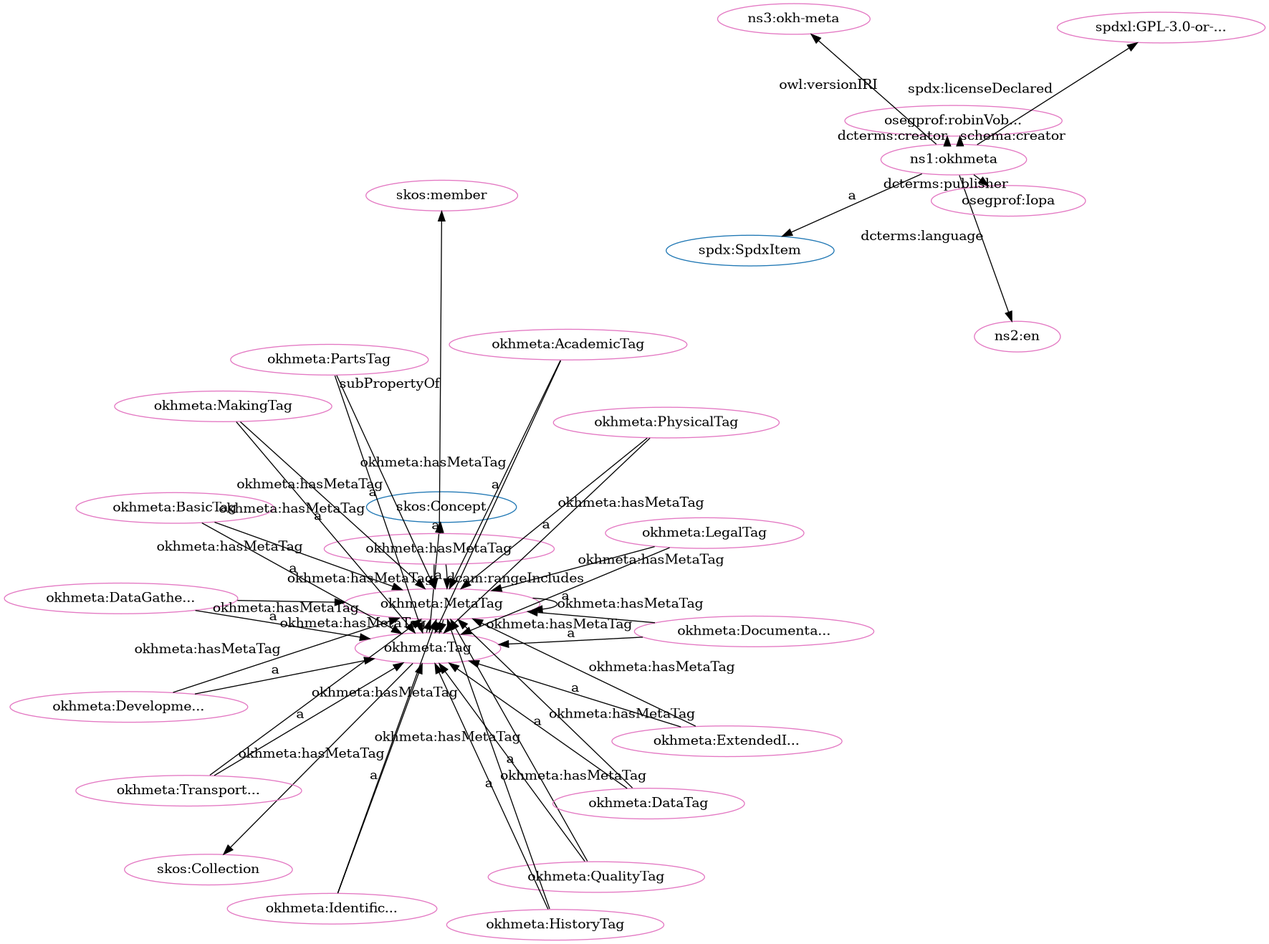
Earlier version of the Graphviz export src/spec/dot_okh-meta-clean.png (iop-alliance/OpenKnowHow). Its source is kept beside it as src/spec/dot_okh-meta-clean.dot.
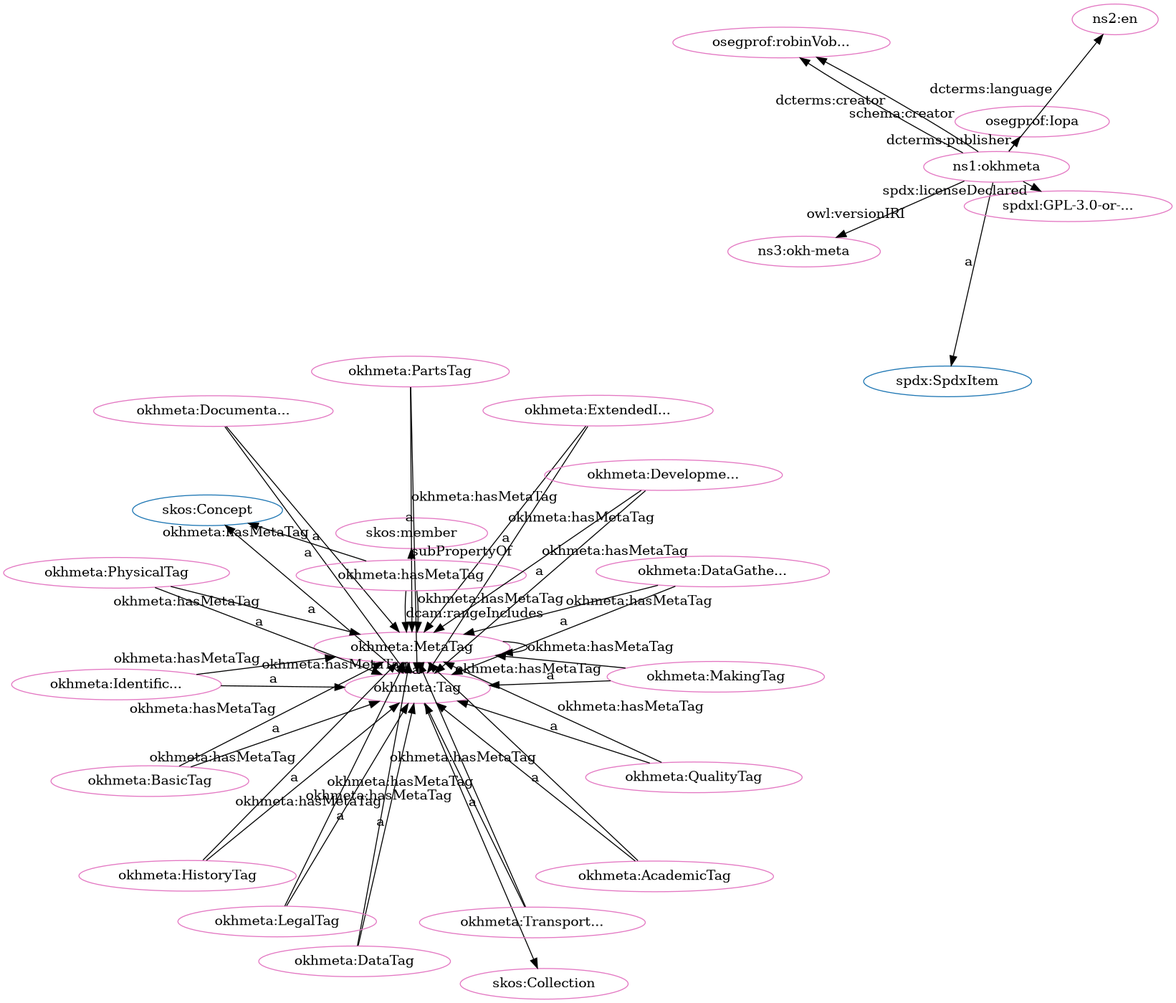
After the change.

Diff of the diagram source:
```diff
@@ -1,80 +1,80 @@
 digraph G {
   rankdir=BT
   node[height=.3]
+"http://spdx.org/rdf/terms#SpdxItem" [fillcolor="#1f77b4" color="#1f77b4" label="spdx:SpdxItem"]
 "http://www.w3.org/2004/02/skos/core#Concept" [fillcolor="#1f77b4" color="#1f77b4" label="skos:Concept"]
 "http://www.w3.org/2004/02/skos/core#Collection" [fillcolor="#1f77b4" color="#1f77b4" label="skos:Collection"]
 "http://w3id.org/oseg/ont/okhmeta#Tag" [fillcolor="#1f77b4" color="#1f77b4" label="okhmeta:Tag"]
-"http://spdx.org/rdf/terms#SpdxItem" [fillcolor="#1f77b4" color="#1f77b4" label="spdx:SpdxItem"]
-"http://w3id.org/oseg/ont/okhmeta#Tag" [fillcolor="#e377c2" color="#e377c2" label="okhmeta:Tag"]
+"http://w3id.org/oseg/ont/okhmeta#MakingTag" [fillcolor="#e377c2" color="#e377c2" label="okhmeta:MakingTag"]
+"http://www.w3.org/2004/02/skos/core#Collection" [fillcolor="#e377c2" color="#e377c2" label="skos:Collection"]
 "http://w3id.org/oseg/ont/okhmeta#MetaTag" [fillcolor="#e377c2" color="#e377c2" label="okhmeta:MetaTag"]
 "http://w3id.org/oseg/ont/okhmeta#DocumentationTag" [fillcolor="#e377c2" color="#e377c2" label="okhmeta:Documenta..."]
-"http://w3id.org/oseg/ont/okhmeta#hasMetaTag" [fillcolor="#e377c2" color="#e377c2" label="okhmeta:hasMetaTag"]
 "http://w3id.org/oseg/ont/okhmeta" [fillcolor="#e377c2" color="#e377c2" label="ns1:okhmeta"]
 "http://w3id.org/oseg/ont/okhmeta#TransportationTag" [fillcolor="#e377c2" color="#e377c2" label="okhmeta:Transport..."]
 "http://www.w3.org/2004/02/skos/core#member" [fillcolor="#e377c2" color="#e377c2" label="skos:member"]
-"http://id.loc.gov/vocabulary/iso639-1/en" [fillcolor="#e377c2" color="#e377c2" label="ns2:en"]
-"http://w3id.org/oseg/ont/okhmeta#DevelopmentTag" [fillcolor="#e377c2" color="#e377c2" label="okhmeta:Developme..."]
-"http://w3id.org/oseg/ont/okhmeta#DataGatheringTag" [fillcolor="#e377c2" color="#e377c2" label="okhmeta:DataGathe..."]
+"http://w3id.org/oseg/ont/okhmeta#Tag" [fillcolor="#e377c2" color="#e377c2" label="okhmeta:Tag"]
 "http://w3id.org/oseg/ont/okhmeta#QualityTag" [fillcolor="#e377c2" color="#e377c2" label="okhmeta:QualityTag"]
-"http://w3id.org/oseg/ont/oseg-profiles#robinVobruba" [fillcolor="#e377c2" color="#e377c2" label="osegprof:robinVob..."]
-"http://w3id.org/oseg/ont/okhmeta#AcademicTag" [fillcolor="#e377c2" color="#e377c2" label="okhmeta:AcademicTag"]
-"http://spdx.org/licenses/GPL-3.0-or-later" [fillcolor="#e377c2" color="#e377c2" label="spdxl:GPL-3.0-or-..."]
 "http://w3id.org/oseg/ont/okhmeta#PhysicalTag" [fillcolor="#e377c2" color="#e377c2" label="okhmeta:PhysicalTag"]
 "http://w3id.org/oseg/ont/okhmeta#BasicTag" [fillcolor="#e377c2" color="#e377c2" label="okhmeta:BasicTag"]
 "http://w3id.org/oseg/ont/okhmeta#PartsTag" [fillcolor="#e377c2" color="#e377c2" label="okhmeta:PartsTag"]
-"http://w3id.org/oseg/ont/okhmeta#HistoryTag" [fillcolor="#e377c2" color="#e377c2" label="okhmeta:HistoryTag"]
-"http://w3id.org/oseg/ont/okhmeta#DataTag" [fillcolor="#e377c2" color="#e377c2" label="okhmeta:DataTag"]
-"http://w3id.org/oseg/ont/1.1.0/okh-meta" [fillcolor="#e377c2" color="#e377c2" label="ns3:okh-meta"]
-"http://w3id.org/oseg/ont/okhmeta#MakingTag" [fillcolor="#e377c2" color="#e377c2" label="okhmeta:MakingTag"]
+"http://w3id.org/oseg/ont/okhmeta#ExtendedInfoTag" [fillcolor="#e377c2" color="#e377c2" label="okhmeta:ExtendedI..."]
+"http://w3id.org/oseg/ont/okhmeta#hasMetaTag" [fillcolor="#e377c2" color="#e377c2" label="okhmeta:hasMetaTag"]
+"http://w3id.org/oseg/ont/okhmeta#DevelopmentTag" [fillcolor="#e377c2" color="#e377c2" label="okhmeta:Developme..."]
+"http://spdx.org/licenses/GPL-3.0-or-later" [fillcolor="#e377c2" color="#e377c2" label="spdxl:GPL-3.0-or-..."]
 "http://w3id.org/oseg/ont/okhmeta#IdentificationTag" [fillcolor="#e377c2" color="#e377c2" label="okhmeta:Identific..."]
 "http://w3id.org/oseg/ont/oseg-profiles#Iopa" [fillcolor="#e377c2" color="#e377c2" label="osegprof:Iopa"]
+"http://id.loc.gov/vocabulary/iso639-1/en" [fillcolor="#e377c2" color="#e377c2" label="ns2:en"]
+"http://w3id.org/oseg/ont/oseg-profiles#robinVobruba" [fillcolor="#e377c2" color="#e377c2" label="osegprof:robinVob..."]
+"http://w3id.org/oseg/ont/1.1.0/okh-meta" [fillcolor="#e377c2" color="#e377c2" label="ns3:okh-meta"]
+"http://w3id.org/oseg/ont/okhmeta#AcademicTag" [fillcolor="#e377c2" color="#e377c2" label="okhmeta:AcademicTag"]
+"http://w3id.org/oseg/ont/okhmeta#DataTag" [fillcolor="#e377c2" color="#e377c2" label="okhmeta:DataTag"]
+"http://w3id.org/oseg/ont/okhmeta#HistoryTag" [fillcolor="#e377c2" color="#e377c2" label="okhmeta:HistoryTag"]
 "http://w3id.org/oseg/ont/okhmeta#LegalTag" [fillcolor="#e377c2" color="#e377c2" label="okhmeta:LegalTag"]
-"http://www.w3.org/2004/02/skos/core#Collection" [fillcolor="#e377c2" color="#e377c2" label="skos:Collection"]
-"http://w3id.org/oseg/ont/okhmeta#ExtendedInfoTag" [fillcolor="#e377c2" color="#e377c2" label="okhmeta:ExtendedI..."]
+"http://w3id.org/oseg/ont/okhmeta#DataGatheringTag" [fillcolor="#e377c2" color="#e377c2" label="okhmeta:DataGathe..."]
+  "http://w3id.org/oseg/ont/okhmeta#Tag" -> "http://www.w3.org/2004/02/skos/core#Collection" [label=""]
+  "http://w3id.org/oseg/ont/okhmeta#TransportationTag" -> "http://w3id.org/oseg/ont/okhmeta#MetaTag" [label="okhmeta:hasMetaTag"]
+  "http://w3id.org/oseg/ont/okhmeta#QualityTag" -> "http://w3id.org/oseg/ont/okhmeta#MetaTag" [label="okhmeta:hasMetaTag"]
+  "http://w3id.org/oseg/ont/okhmeta#PhysicalTag" -> "http://w3id.org/oseg/ont/okhmeta#MetaTag" [label="okhmeta:hasMetaTag"]
+  "http://w3id.org/oseg/ont/okhmeta#BasicTag" -> "http://w3id.org/oseg/ont/okhmeta#MetaTag" [label="okhmeta:hasMetaTag"]
+  "http://w3id.org/oseg/ont/okhmeta#PartsTag" -> "http://w3id.org/oseg/ont/okhmeta#MetaTag" [label="okhmeta:hasMetaTag"]
   "http://w3id.org/oseg/ont/okhmeta#Tag" -> "http://www.w3.org/2004/02/skos/core#Concept" [label="a"]
+  "http://w3id.org/oseg/ont/okhmeta#ExtendedInfoTag" -> "http://w3id.org/oseg/ont/okhmeta#Tag" [label="a"]
+  "http://w3id.org/oseg/ont/okhmeta#IdentificationTag" -> "http://w3id.org/oseg/ont/okhmeta#Tag" [label="a"]
+  "http://w3id.org/oseg/ont/okhmeta#AcademicTag" -> "http://w3id.org/oseg/ont/okhmeta#MetaTag" [label="okhmeta:hasMetaTag"]
+  "http://w3id.org/oseg/ont/okhmeta#DataTag" -> "http://w3id.org/oseg/ont/okhmeta#MetaTag" [label="okhmeta:hasMetaTag"]
+  "http://w3id.org/oseg/ont/okhmeta#MetaTag" -> "http://w3id.org/oseg/ont/okhmeta#MetaTag" [label="okhmeta:hasMetaTag"]
+  "http://w3id.org/oseg/ont/okhmeta#hasMetaTag" -> "http://w3id.org/oseg/ont/okhmeta#MetaTag" [label="okhmeta:hasMetaTag"]
+  "http://w3id.org/oseg/ont/okhmeta#HistoryTag" -> "http://w3id.org/oseg/ont/okhmeta#Tag" [label="a"]
+  "http://w3id.org/oseg/ont/okhmeta" -> "http://w3id.org/oseg/ont/oseg-profiles#robinVobruba" [label="dcterms:creator"]
+  "http://w3id.org/oseg/ont/okhmeta#DevelopmentTag" -> "http://w3id.org/oseg/ont/okhmeta#MetaTag" [label="okhmeta:hasMetaTag"]
+  "http://w3id.org/oseg/ont/okhmeta#LegalTag" -> "http://w3id.org/oseg/ont/okhmeta#Tag" [label="a"]
+  "http://w3id.org/oseg/ont/okhmeta" -> "http://spdx.org/rdf/terms#SpdxItem" [label="a"]
+  "http://w3id.org/oseg/ont/okhmeta#DataGatheringTag" -> "http://w3id.org/oseg/ont/okhmeta#Tag" [label="a"]
+  "http://w3id.org/oseg/ont/okhmeta#MakingTag" -> "http://w3id.org/oseg/ont/okhmeta#Tag" [label="a"]
   "http://w3id.org/oseg/ont/okhmeta#DocumentationTag" -> "http://w3id.org/oseg/ont/okhmeta#Tag" [label="a"]
+  "http://w3id.org/oseg/ont/okhmeta#TransportationTag" -> "http://w3id.org/oseg/ont/okhmeta#Tag" [label="a"]
+  "http://w3id.org/oseg/ont/okhmeta#hasMetaTag" -> "http://www.w3.org/2004/02/skos/core#member" [label="subPropertyOf"]
+  "http://w3id.org/oseg/ont/okhmeta#QualityTag" -> "http://w3id.org/oseg/ont/okhmeta#Tag" [label="a"]
+  "http://w3id.org/oseg/ont/okhmeta#ExtendedInfoTag" -> "http://w3id.org/oseg/ont/okhmeta#MetaTag" [label="okhmeta:hasMetaTag"]
+  "http://w3id.org/oseg/ont/okhmeta#PhysicalTag" -> "http://w3id.org/oseg/ont/okhmeta#Tag" [label="a"]
+  "http://w3id.org/oseg/ont/okhmeta#IdentificationTag" -> "http://w3id.org/oseg/ont/okhmeta#MetaTag" [label="okhmeta:hasMetaTag"]
+  "http://w3id.org/oseg/ont/okhmeta#BasicTag" -> "http://w3id.org/oseg/ont/okhmeta#Tag" [label="a"]
+  "http://w3id.org/oseg/ont/okhmeta#PartsTag" -> "http://w3id.org/oseg/ont/okhmeta#Tag" [label="a"]
+  "http://w3id.org/oseg/ont/okhmeta#DevelopmentTag" -> "http://w3id.org/oseg/ont/okhmeta#Tag" [label="a"]
+  "http://w3id.org/oseg/ont/okhmeta" -> "http://spdx.org/licenses/GPL-3.0-or-later" [label="spdx:licenseDeclared"]
+  "http://w3id.org/oseg/ont/okhmeta#hasMetaTag" -> "http://w3id.org/oseg/ont/okhmeta#MetaTag" [label="dcam:rangeIncludes"]
+  "http://w3id.org/oseg/ont/okhmeta#hasMetaTag" -> "http://www.w3.org/2004/02/skos/core#Concept" [label="a"]
+  "http://w3id.org/oseg/ont/okhmeta" -> "http://w3id.org/oseg/ont/oseg-profiles#Iopa" [label="dcterms:publisher"]
+  "http://w3id.org/oseg/ont/okhmeta#HistoryTag" -> "http://w3id.org/oseg/ont/okhmeta#MetaTag" [label="okhmeta:hasMetaTag"]
+  "http://w3id.org/oseg/ont/okhmeta" -> "http://id.loc.gov/vocabulary/iso639-1/en" [label="dcterms:language"]
   "http://w3id.org/oseg/ont/okhmeta#LegalTag" -> "http://w3id.org/oseg/ont/okhmeta#MetaTag" [label="okhmeta:hasMetaTag"]
-  "http://w3id.org/oseg/ont/okhmeta#hasMetaTag" -> "http://www.w3.org/2004/02/skos/core#member" [label="subPropertyOf"]
-  "http://w3id.org/oseg/ont/okhmeta" -> "http://id.loc.gov/vocabulary/iso639-1/en" [label="dcterms:language"]
-  "http://w3id.org/oseg/ont/okhmeta" -> "http://spdx.org/rdf/terms#SpdxItem" [label="a"]
-  "http://w3id.org/oseg/ont/okhmeta#DevelopmentTag" -> "http://w3id.org/oseg/ont/okhmeta#Tag" [label="a"]
-  "http://w3id.org/oseg/ont/okhmeta#hasMetaTag" -> "http://w3id.org/oseg/ont/okhmeta#MetaTag" [label="dcam:rangeIncludes"]
-  "http://w3id.org/oseg/ont/okhmeta#ExtendedInfoTag" -> "http://w3id.org/oseg/ont/okhmeta#MetaTag" [label="okhmeta:hasMetaTag"]
-  "http://w3id.org/oseg/ont/okhmeta#QualityTag" -> "http://w3id.org/oseg/ont/okhmeta#Tag" [label="a"]
-  "http://w3id.org/oseg/ont/okhmeta#hasMetaTag" -> "http://www.w3.org/2004/02/skos/core#Concept" [label="a"]
-  "http://w3id.org/oseg/ont/okhmeta#TransportationTag" -> "http://w3id.org/oseg/ont/okhmeta#MetaTag" [label="okhmeta:hasMetaTag"]
-  "http://w3id.org/oseg/ont/okhmeta#PhysicalTag" -> "http://w3id.org/oseg/ont/okhmeta#Tag" [label="a"]
-  "http://w3id.org/oseg/ont/okhmeta#PartsTag" -> "http://w3id.org/oseg/ont/okhmeta#Tag" [label="a"]
-  "http://w3id.org/oseg/ont/okhmeta#HistoryTag" -> "http://w3id.org/oseg/ont/okhmeta#Tag" [label="a"]
+  "http://w3id.org/oseg/ont/okhmeta" -> "http://w3id.org/oseg/ont/oseg-profiles#robinVobruba" [label="schema:creator"]
+  "http://w3id.org/oseg/ont/okhmeta#MakingTag" -> "http://w3id.org/oseg/ont/okhmeta#MetaTag" [label="okhmeta:hasMetaTag"]
+  "http://w3id.org/oseg/ont/okhmeta" -> "http://w3id.org/oseg/ont/1.1.0/okh-meta" [label="owl:versionIRI"]
+  "http://w3id.org/oseg/ont/okhmeta#AcademicTag" -> "http://w3id.org/oseg/ont/okhmeta#Tag" [label="a"]
   "http://w3id.org/oseg/ont/okhmeta#DataTag" -> "http://w3id.org/oseg/ont/okhmeta#Tag" [label="a"]
-  "http://w3id.org/oseg/ont/okhmeta#BasicTag" -> "http://w3id.org/oseg/ont/okhmeta#MetaTag" [label="okhmeta:hasMetaTag"]
+  "http://w3id.org/oseg/ont/okhmeta#DataGatheringTag" -> "http://w3id.org/oseg/ont/okhmeta#MetaTag" [label="okhmeta:hasMetaTag"]
+  "http://w3id.org/oseg/ont/okhmeta#MetaTag" -> "http://w3id.org/oseg/ont/okhmeta#Tag" [label="a"]
+  "http://w3id.org/oseg/ont/okhmeta#Tag" -> "http://w3id.org/oseg/ont/okhmeta#MetaTag" [label="okhmeta:hasMetaTag"]
   "http://w3id.org/oseg/ont/okhmeta#DocumentationTag" -> "http://w3id.org/oseg/ont/okhmeta#MetaTag" [label="okhmeta:hasMetaTag"]
-  "http://w3id.org/oseg/ont/okhmeta#IdentificationTag" -> "http://w3id.org/oseg/ont/okhmeta#Tag" [label="a"]
-  "http://w3id.org/oseg/ont/okhmeta" -> "http://w3id.org/oseg/ont/oseg-profiles#Iopa" [label="dcterms:publisher"]
-  "http://w3id.org/oseg/ont/okhmeta#Tag" -> "http://www.w3.org/2004/02/skos/core#Collection" [label=""]
-  "http://w3id.org/oseg/ont/okhmeta#ExtendedInfoTag" -> "http://w3id.org/oseg/ont/okhmeta#Tag" [label="a"]
-  "http://w3id.org/oseg/ont/okhmeta#MakingTag" -> "http://w3id.org/oseg/ont/okhmeta#MetaTag" [label="okhmeta:hasMetaTag"]
-  "http://w3id.org/oseg/ont/okhmeta#MetaTag" -> "http://w3id.org/oseg/ont/okhmeta#Tag" [label="a"]
-  "http://w3id.org/oseg/ont/okhmeta#IdentificationTag" -> "http://w3id.org/oseg/ont/okhmeta#MetaTag" [label="okhmeta:hasMetaTag"]
-  "http://w3id.org/oseg/ont/okhmeta#TransportationTag" -> "http://w3id.org/oseg/ont/okhmeta#Tag" [label="a"]
-  "http://w3id.org/oseg/ont/okhmeta#PhysicalTag" -> "http://w3id.org/oseg/ont/okhmeta#MetaTag" [label="okhmeta:hasMetaTag"]
-  "http://w3id.org/oseg/ont/okhmeta#MetaTag" -> "http://w3id.org/oseg/ont/okhmeta#MetaTag" [label="okhmeta:hasMetaTag"]
-  "http://w3id.org/oseg/ont/okhmeta#DataGatheringTag" -> "http://w3id.org/oseg/ont/okhmeta#Tag" [label="a"]
-  "http://w3id.org/oseg/ont/okhmeta" -> "http://w3id.org/oseg/ont/oseg-profiles#robinVobruba" [label="dcterms:creator"]
-  "http://w3id.org/oseg/ont/okhmeta#AcademicTag" -> "http://w3id.org/oseg/ont/okhmeta#Tag" [label="a"]
-  "http://w3id.org/oseg/ont/okhmeta#HistoryTag" -> "http://w3id.org/oseg/ont/okhmeta#MetaTag" [label="okhmeta:hasMetaTag"]
-  "http://w3id.org/oseg/ont/okhmeta" -> "http://spdx.org/licenses/GPL-3.0-or-later" [label="spdx:licenseDeclared"]
-  "http://w3id.org/oseg/ont/okhmeta" -> "http://w3id.org/oseg/ont/oseg-profiles#robinVobruba" [label="schema:creator"]
-  "http://w3id.org/oseg/ont/okhmeta#BasicTag" -> "http://w3id.org/oseg/ont/okhmeta#Tag" [label="a"]
-  "http://w3id.org/oseg/ont/okhmeta#QualityTag" -> "http://w3id.org/oseg/ont/okhmeta#MetaTag" [label="okhmeta:hasMetaTag"]
-  "http://w3id.org/oseg/ont/okhmeta#DevelopmentTag" -> "http://w3id.org/oseg/ont/okhmeta#MetaTag" [label="okhmeta:hasMetaTag"]
-  "http://w3id.org/oseg/ont/okhmeta#Tag" -> "http://w3id.org/oseg/ont/okhmeta#MetaTag" [label="okhmeta:hasMetaTag"]
-  "http://w3id.org/oseg/ont/okhmeta#PartsTag" -> "http://w3id.org/oseg/ont/okhmeta#MetaTag" [label="okhmeta:hasMetaTag"]
-  "http://w3id.org/oseg/ont/okhmeta" -> "http://w3id.org/oseg/ont/1.1.0/okh-meta" [label="owl:versionIRI"]
-  "http://w3id.org/oseg/ont/okhmeta#MakingTag" -> "http://w3id.org/oseg/ont/okhmeta#Tag" [label="a"]
-  "http://w3id.org/oseg/ont/okhmeta#LegalTag" -> "http://w3id.org/oseg/ont/okhmeta#Tag" [label="a"]
-  "http://w3id.org/oseg/ont/okhmeta#DataTag" -> "http://w3id.org/oseg/ont/okhmeta#MetaTag" [label="okhmeta:hasMetaTag"]
-  "http://w3id.org/oseg/ont/okhmeta#hasMetaTag" -> "http://w3id.org/oseg/ont/okhmeta#MetaTag" [label="okhmeta:hasMetaTag"]
-  "http://w3id.org/oseg/ont/okhmeta#DataGatheringTag" -> "http://w3id.org/oseg/ont/okhmeta#MetaTag" [label="okhmeta:hasMetaTag"]
-  "http://w3id.org/oseg/ont/okhmeta#AcademicTag" -> "http://w3id.org/oseg/ont/okhmeta#MetaTag" [label="okhmeta:hasMetaTag"]
 }
```
